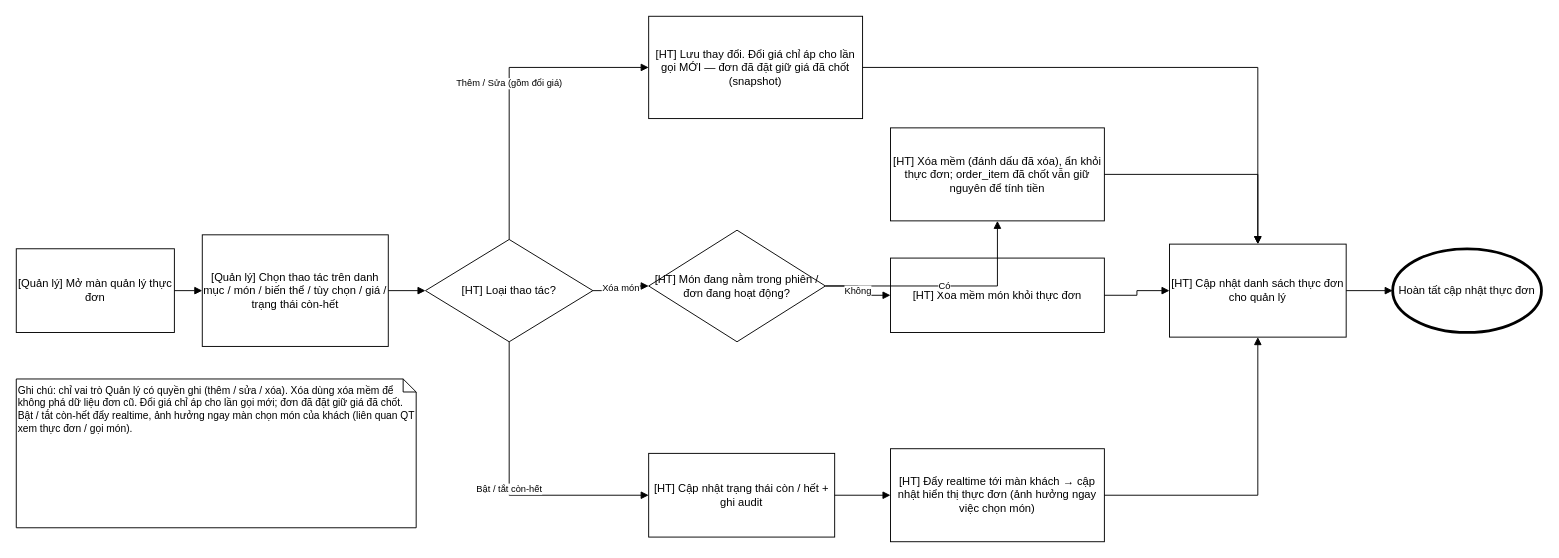
Earlier version of the draw.io diagram docs/business-process-quan-ly-thuc-don.drawio (thanhhoa3514/restaurant-management). Source tidied: cells renumbered, new cells numbered last; positions are measured from the earlier drawing's top-left corner, leaving out a move shared by most shapes. Both pictures are drawn from the tidied source at 93%, with x=0, y=0 at pixel (16, 16).
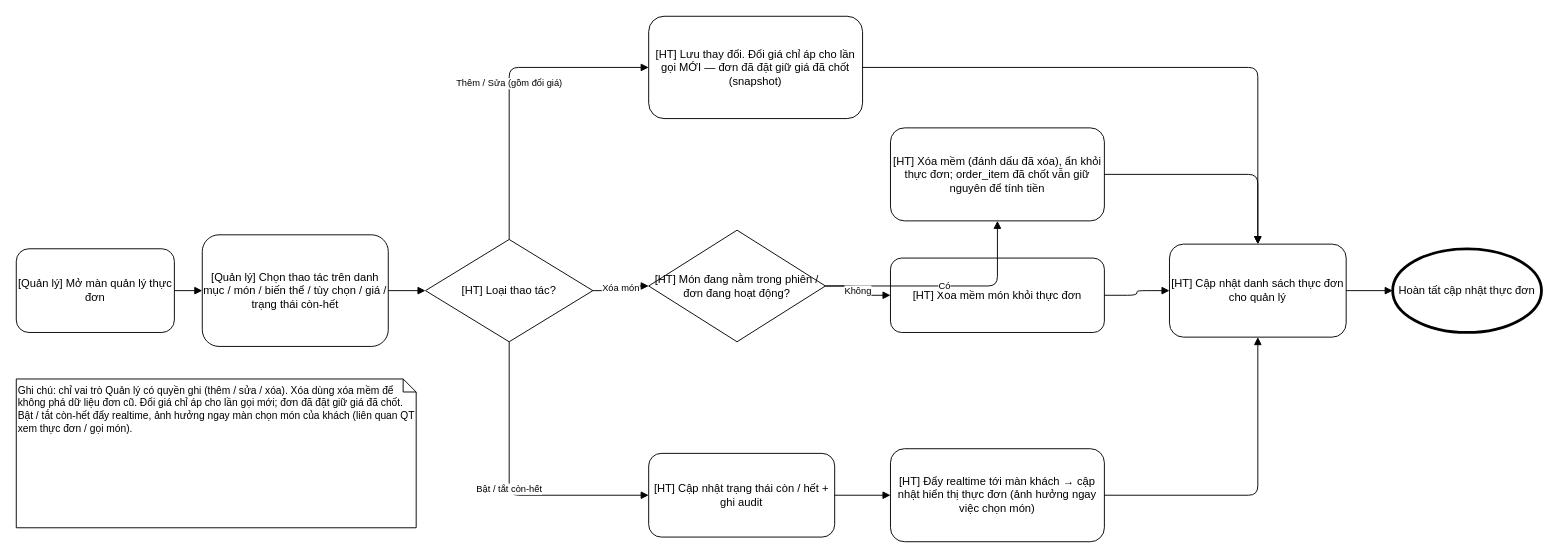
Above is the later version.

The change refers to these unchanged cells:
```xml
<mxCell id="4" value="[HT] Loại thao tác?" style="rhombus;whiteSpace=wrap;html=1;fillColor=#ffffff;strokeColor=#000000;" parent="1" vertex="1">
  <mxGeometry x="440" y="240" width="180" height="110" as="geometry" />
</mxCell>
<mxCell id="6" value="[HT] Món đang nằm trong phiên / đơn đang hoạt động?" style="rhombus;whiteSpace=wrap;html=1;fillColor=#ffffff;strokeColor=#000000;" parent="1" vertex="1">
  <mxGeometry x="680" y="230" width="190" height="120" as="geometry" />
</mxCell>
<mxCell id="12" value="Hoàn tất cập nhật thực đơn" style="ellipse;whiteSpace=wrap;html=1;fillColor=#ffffff;strokeColor=#000000;strokeWidth=3;" parent="1" vertex="1">
  <mxGeometry x="1480" y="250" width="160" height="90" as="geometry" />
</mxCell>
```

The edit, as a diff of the source:
```diff
@@
-    <mxCell id="2" value="[Quản lý] Mở màn quản lý thực đơn" style="rounded=0;whiteSpace=wrap;html=1;fillColor=#ffffff;strokeColor=#000000;" parent="1" vertex="1">
+    <mxCell id="2" value="[Quản lý] Mở màn quản lý thực đơn" style="rounded=1;whiteSpace=wrap;html=1;fillColor=#ffffff;strokeColor=#000000;" parent="1" vertex="1">
       <mxGeometry y="250" width="170" height="90" as="geometry" />
     </mxCell>
-    <mxCell id="3" value="[Quản lý] Chọn thao tác trên danh mục / món / biến thể / tùy chọn / giá / trạng thái còn-hết" style="rounded=0;whiteSpace=wrap;html=1;fillColor=#ffffff;strokeColor=#000000;" parent="1" vertex="1">
+    <mxCell id="3" value="[Quản lý] Chọn thao tác trên danh mục / món / biến thể / tùy chọn / giá / trạng thái còn-hết" style="rounded=1;whiteSpace=wrap;html=1;fillColor=#ffffff;strokeColor=#000000;" parent="1" vertex="1">
       <mxGeometry x="200" y="235" width="200" height="120" as="geometry" />
     </mxCell>
@@
-    <mxCell id="5" value="[HT] Lưu thay đổi. Đổi giá chỉ áp cho lần gọi MỚI — đơn đã đặt giữ giá đã chốt (snapshot)" style="rounded=0;whiteSpace=wrap;html=1;fillColor=#ffffff;strokeColor=#000000;" parent="1" vertex="1">
+    <mxCell id="5" value="[HT] Lưu thay đổi. Đổi giá chỉ áp cho lần gọi MỚI — đơn đã đặt giữ giá đã chốt (snapshot)" style="rounded=1;whiteSpace=wrap;html=1;fillColor=#ffffff;strokeColor=#000000;" parent="1" vertex="1">
       <mxGeometry x="680" width="230" height="110" as="geometry" />
     </mxCell>
@@
-    <mxCell id="7" value="[HT] Xóa mềm (đánh dấu đã xóa), ẩn khỏi thực đơn; order_item đã chốt vẫn giữ nguyên để tính tiền" style="rounded=0;whiteSpace=wrap;html=1;fillColor=#ffffff;strokeColor=#000000;" parent="1" vertex="1">
+    <mxCell id="7" value="[HT] Xóa mềm (đánh dấu đã xóa), ẩn khỏi thực đơn; order_item đã chốt vẫn giữ nguyên để tính tiền" style="rounded=1;whiteSpace=wrap;html=1;fillColor=#ffffff;strokeColor=#000000;" parent="1" vertex="1">
       <mxGeometry x="940" y="120" width="230" height="100" as="geometry" />
     </mxCell>
-    <mxCell id="8" value="[HT] Xóa mềm món khỏi thực đơn" style="rounded=0;whiteSpace=wrap;html=1;fillColor=#ffffff;strokeColor=#000000;" parent="1" vertex="1">
+    <mxCell id="8" value="[HT] Xóa mềm món khỏi thực đơn" style="rounded=1;whiteSpace=wrap;html=1;fillColor=#ffffff;strokeColor=#000000;" parent="1" vertex="1">
       <mxGeometry x="940" y="260" width="230" height="80" as="geometry" />
     </mxCell>
-    <mxCell id="9" value="[HT] Cập nhật trạng thái còn / hết + ghi audit" style="rounded=0;whiteSpace=wrap;html=1;fillColor=#ffffff;strokeColor=#000000;" parent="1" vertex="1">
+    <mxCell id="9" value="[HT] Cập nhật trạng thái còn / hết + ghi audit" style="rounded=1;whiteSpace=wrap;html=1;fillColor=#ffffff;strokeColor=#000000;" parent="1" vertex="1">
       <mxGeometry x="680" y="470" width="200" height="90" as="geometry" />
     </mxCell>
-    <mxCell id="10" value="[HT] Đẩy realtime tới màn khách → cập nhật hiển thị thực đơn (ảnh hưởng ngay việc chọn món)" style="rounded=0;whiteSpace=wrap;html=1;fillColor=#ffffff;strokeColor=#000000;" parent="1" vertex="1">
+    <mxCell id="10" value="[HT] Đẩy realtime tới màn khách → cập nhật hiển thị thực đơn (ảnh hưởng ngay việc chọn món)" style="rounded=1;whiteSpace=wrap;html=1;fillColor=#ffffff;strokeColor=#000000;" parent="1" vertex="1">
       <mxGeometry x="940" y="465" width="230" height="100" as="geometry" />
     </mxCell>
-    <mxCell id="11" value="[HT] Cập nhật danh sách thực đơn cho quản lý" style="rounded=0;whiteSpace=wrap;html=1;fillColor=#ffffff;strokeColor=#000000;" parent="1" vertex="1">
+    <mxCell id="11" value="[HT] Cập nhật danh sách thực đơn cho quản lý" style="rounded=1;whiteSpace=wrap;html=1;fillColor=#ffffff;strokeColor=#000000;" parent="1" vertex="1">
       <mxGeometry x="1240" y="245" width="190" height="100" as="geometry" />
     </mxCell>
@@
-    <mxCell id="14" style="edgeStyle=orthogonalEdgeStyle;rounded=0;html=1;endArrow=block;" parent="1" edge="1" source="2" target="3">
+    <mxCell id="14" style="edgeStyle=orthogonalEdgeStyle;rounded=1;html=1;endArrow=block;" parent="1" edge="1" source="2" target="3">
       <mxGeometry relative="1" as="geometry" />
     </mxCell>
-    <mxCell id="15" style="edgeStyle=orthogonalEdgeStyle;rounded=0;html=1;endArrow=block;" parent="1" edge="1" source="3" target="4">
+    <mxCell id="15" style="edgeStyle=orthogonalEdgeStyle;rounded=1;html=1;endArrow=block;" parent="1" edge="1" source="3" target="4">
       <mxGeometry relative="1" as="geometry" />
     </mxCell>
-    <mxCell id="16" value="Thêm / Sửa (gồm đổi giá)" style="edgeStyle=orthogonalEdgeStyle;rounded=0;html=1;endArrow=block;fontSize=10;exitX=0.5;exitY=0;exitDx=0;exitDy=0;entryX=0;entryY=0.5;entryDx=0;entryDy=0;" parent="1" edge="1" source="4" target="5">
+    <mxCell id="16" value="Thêm / Sửa (gồm đổi giá)" style="edgeStyle=orthogonalEdgeStyle;rounded=1;html=1;endArrow=block;fontSize=10;exitX=0.5;exitY=0;exitDx=0;exitDy=0;entryX=0;entryY=0.5;entryDx=0;entryDy=0;" parent="1" edge="1" source="4" target="5">
       <mxGeometry relative="1" as="geometry" />
     </mxCell>
-    <mxCell id="17" value="Xóa món" style="edgeStyle=orthogonalEdgeStyle;rounded=0;html=1;endArrow=block;fontSize=10;" parent="1" edge="1" source="4" target="6">
+    <mxCell id="17" value="Xóa món" style="edgeStyle=orthogonalEdgeStyle;rounded=1;html=1;endArrow=block;fontSize=10;" parent="1" edge="1" source="4" target="6">
       <mxGeometry relative="1" as="geometry" />
     </mxCell>
-    <mxCell id="18" value="Bật / tắt còn-hết" style="edgeStyle=orthogonalEdgeStyle;rounded=0;html=1;endArrow=block;fontSize=10;exitX=0.5;exitY=1;exitDx=0;exitDy=0;entryX=0;entryY=0.5;entryDx=0;entryDy=0;" parent="1" edge="1" source="4" target="9">
+    <mxCell id="18" value="Bật / tắt còn-hết" style="edgeStyle=orthogonalEdgeStyle;rounded=1;html=1;endArrow=block;fontSize=10;exitX=0.5;exitY=1;exitDx=0;exitDy=0;entryX=0;entryY=0.5;entryDx=0;entryDy=0;" parent="1" edge="1" source="4" target="9">
       <mxGeometry relative="1" as="geometry" />
     </mxCell>
-    <mxCell id="19" style="edgeStyle=orthogonalEdgeStyle;rounded=0;html=1;endArrow=block;entryX=0.5;entryY=0;entryDx=0;entryDy=0;" parent="1" edge="1" source="5" target="11">
+    <mxCell id="19" style="edgeStyle=orthogonalEdgeStyle;rounded=1;html=1;endArrow=block;entryX=0.5;entryY=0;entryDx=0;entryDy=0;" parent="1" edge="1" source="5" target="11">
       <mxGeometry relative="1" as="geometry" />
     </mxCell>
-    <mxCell id="20" value="Có" style="edgeStyle=orthogonalEdgeStyle;rounded=0;html=1;endArrow=block;fontSize=10;" parent="1" edge="1" source="6" target="7">
+    <mxCell id="20" value="Có" style="edgeStyle=orthogonalEdgeStyle;rounded=1;html=1;endArrow=block;fontSize=10;" parent="1" edge="1" source="6" target="7">
       <mxGeometry relative="1" as="geometry" />
     </mxCell>
-    <mxCell id="21" value="Không" style="edgeStyle=orthogonalEdgeStyle;rounded=0;html=1;endArrow=block;fontSize=10;" parent="1" edge="1" source="6" target="8">
+    <mxCell id="21" value="Không" style="edgeStyle=orthogonalEdgeStyle;rounded=1;html=1;endArrow=block;fontSize=10;" parent="1" edge="1" source="6" target="8">
       <mxGeometry relative="1" as="geometry" />
     </mxCell>
-    <mxCell id="22" style="edgeStyle=orthogonalEdgeStyle;rounded=0;html=1;endArrow=block;" parent="1" edge="1" source="7" target="11">
+    <mxCell id="22" style="edgeStyle=orthogonalEdgeStyle;rounded=1;html=1;endArrow=block;" parent="1" edge="1" source="7" target="11">
       <mxGeometry relative="1" as="geometry" />
     </mxCell>
-    <mxCell id="23" style="edgeStyle=orthogonalEdgeStyle;rounded=0;html=1;endArrow=block;" parent="1" edge="1" source="8" target="11">
+    <mxCell id="23" style="edgeStyle=orthogonalEdgeStyle;rounded=1;html=1;endArrow=block;" parent="1" edge="1" source="8" target="11">
       <mxGeometry relative="1" as="geometry" />
     </mxCell>
-    <mxCell id="24" style="edgeStyle=orthogonalEdgeStyle;rounded=0;html=1;endArrow=block;" parent="1" edge="1" source="9" target="10">
+    <mxCell id="24" style="edgeStyle=orthogonalEdgeStyle;rounded=1;html=1;endArrow=block;" parent="1" edge="1" source="9" target="10">
       <mxGeometry relative="1" as="geometry" />
     </mxCell>
-    <mxCell id="25" style="edgeStyle=orthogonalEdgeStyle;rounded=0;html=1;endArrow=block;entryX=0.5;entryY=1;entryDx=0;entryDy=0;" parent="1" edge="1" source="10" target="11">
+    <mxCell id="25" style="edgeStyle=orthogonalEdgeStyle;rounded=1;html=1;endArrow=block;entryX=0.5;entryY=1;entryDx=0;entryDy=0;" parent="1" edge="1" source="10" target="11">
       <mxGeometry relative="1" as="geometry" />
     </mxCell>
-    <mxCell id="26" style="edgeStyle=orthogonalEdgeStyle;rounded=0;html=1;endArrow=block;" parent="1" edge="1" source="11" target="12">
+    <mxCell id="26" style="edgeStyle=orthogonalEdgeStyle;rounded=1;html=1;endArrow=block;" parent="1" edge="1" source="11" target="12">
       <mxGeometry relative="1" as="geometry" />
     </mxCell>
```
